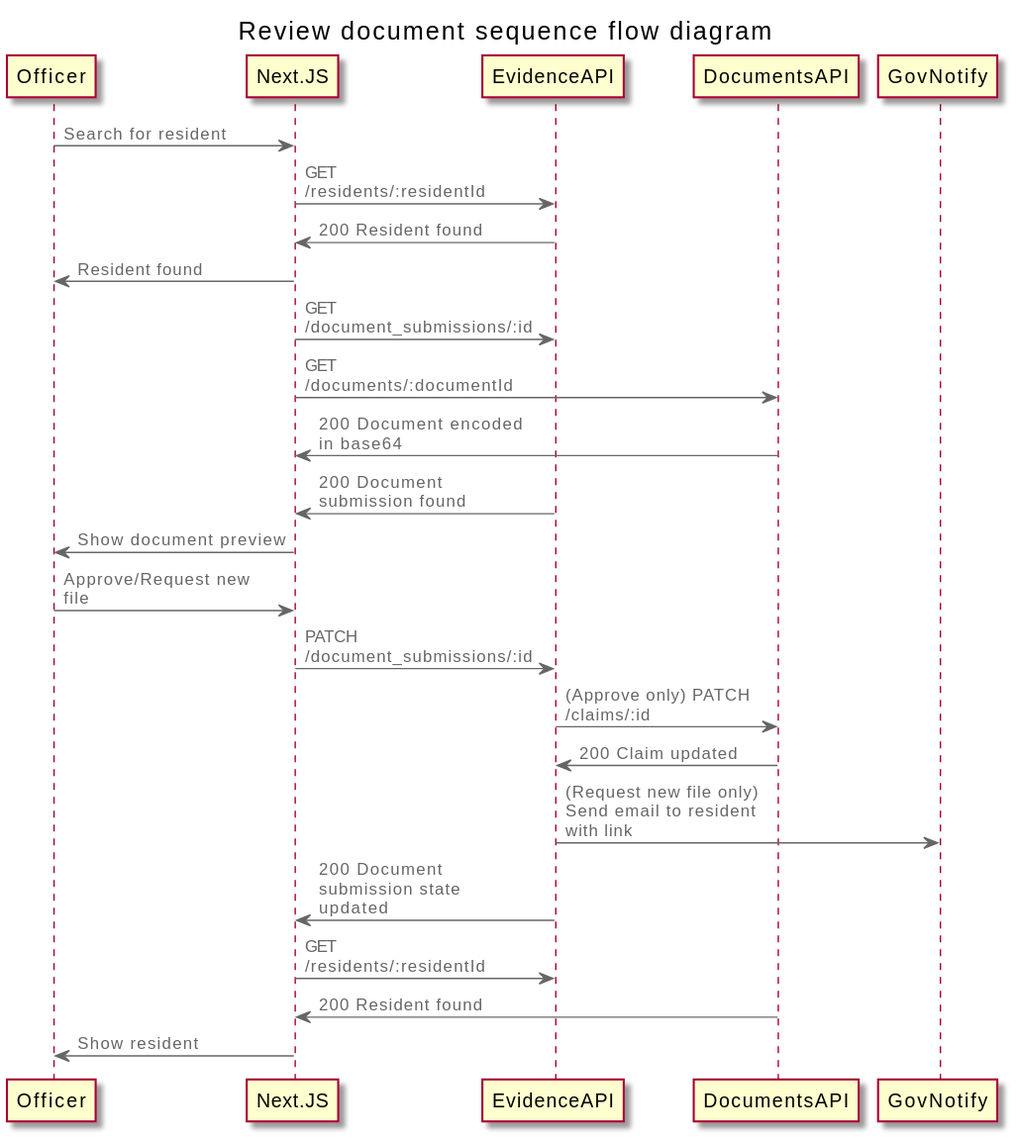
LBHackney-IT/evidence-api keeps this PlantUML diagram as docs/diagrams/review-document-sequence-flow.svg. Above is the earlier version.
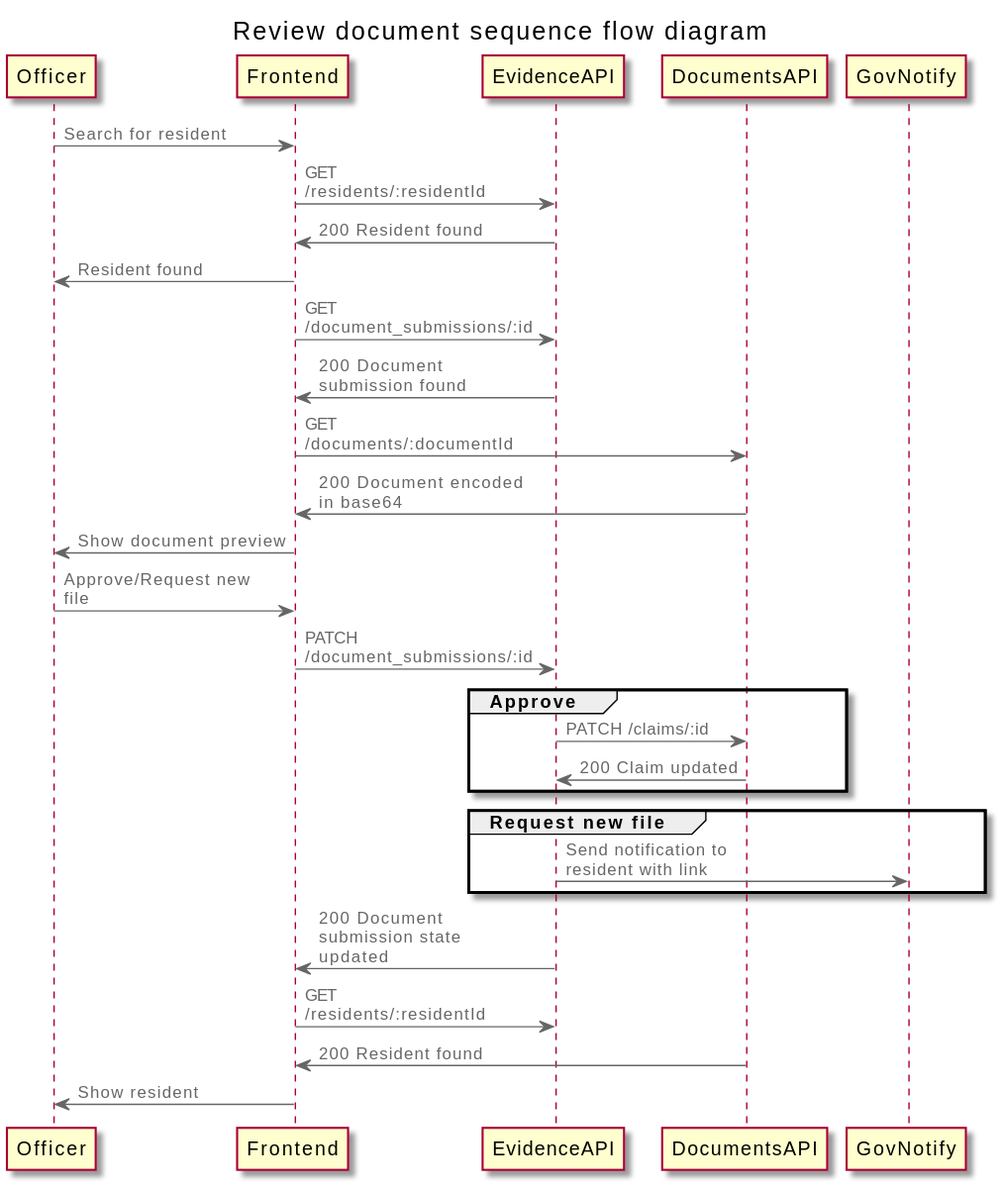
The same file after the commit.

Change to the diagram source:
```diff
@@ -4,22 +4,26 @@
 
 title Review document sequence flow diagram
 
-Officer -> Next.JS: Search for resident
-Next.JS -> EvidenceAPI: GET /residents/:residentId
-Next.JS <- EvidenceAPI: 200 Resident found
-Officer <- Next.JS: Resident found
-Next.JS -> EvidenceAPI: GET /document_submissions/:id
-Next.JS -> DocumentsAPI: GET /documents/:documentId
-Next.JS <- DocumentsAPI: 200 Document encoded in base64
-Next.JS <- EvidenceAPI: 200 Document submission found
-Officer <- Next.JS: Show document preview
-Officer -> Next.JS: Approve/Request new file
-Next.JS -> EvidenceAPI: PATCH /document_submissions/:id
-EvidenceAPI -> DocumentsAPI: (Approve only) PATCH /claims/:id
+Officer -> Frontend: Search for resident
+Frontend -> EvidenceAPI: GET /residents/:residentId
+Frontend <- EvidenceAPI: 200 Resident found
+Officer <- Frontend: Resident found
+Frontend -> EvidenceAPI: GET /document_submissions/:id
+Frontend <- EvidenceAPI: 200 Document submission found
+Frontend -> DocumentsAPI: GET /documents/:documentId
+Frontend <- DocumentsAPI: 200 Document encoded in base64
+Officer <- Frontend: Show document preview
+Officer -> Frontend: Approve/Request new file
+Frontend -> EvidenceAPI: PATCH /document_submissions/:id
+group Approve
+EvidenceAPI -> DocumentsAPI: PATCH /claims/:id
 EvidenceAPI <- DocumentsAPI: 200 Claim updated
-EvidenceAPI -> GovNotify: (Request new file only) Send email to resident with link
-Next.JS <- EvidenceAPI: 200 Document submission state updated
-Next.JS -> EvidenceAPI: GET /residents/:residentId
-Next.JS <- DocumentsAPI: 200 Resident found
-Officer <- Next.JS: Show resident
+end
+group Request new file
+EvidenceAPI -> GovNotify: Send notification to resident with link
+end
+Frontend <- EvidenceAPI: 200 Document submission state updated
+Frontend -> EvidenceAPI: GET /residents/:residentId
+Frontend <- DocumentsAPI: 200 Resident found
+Officer <- Frontend: Show resident
 @enduml
```
